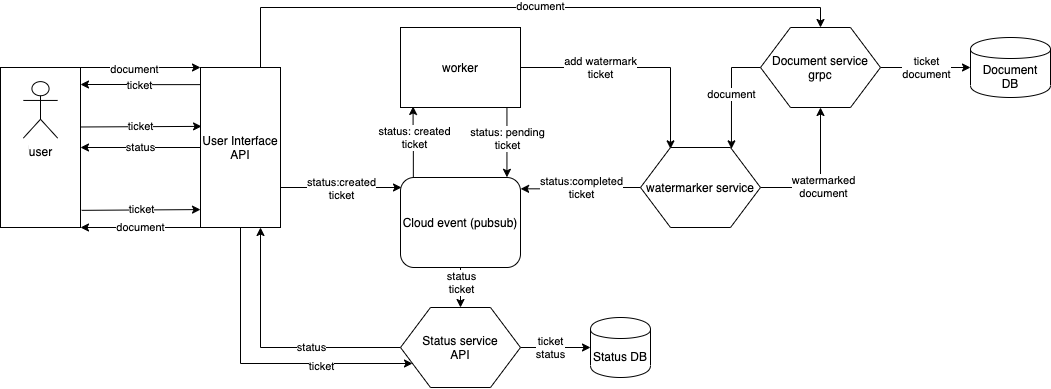
Above: assets/archv2.0.png in moonblade/Microservice-Assessment (draw.io), before the change. Source tidied: cells renumbered, new cells last; positions are measured from the earlier drawing's top-left corner, leaving out a move shared by most shapes.
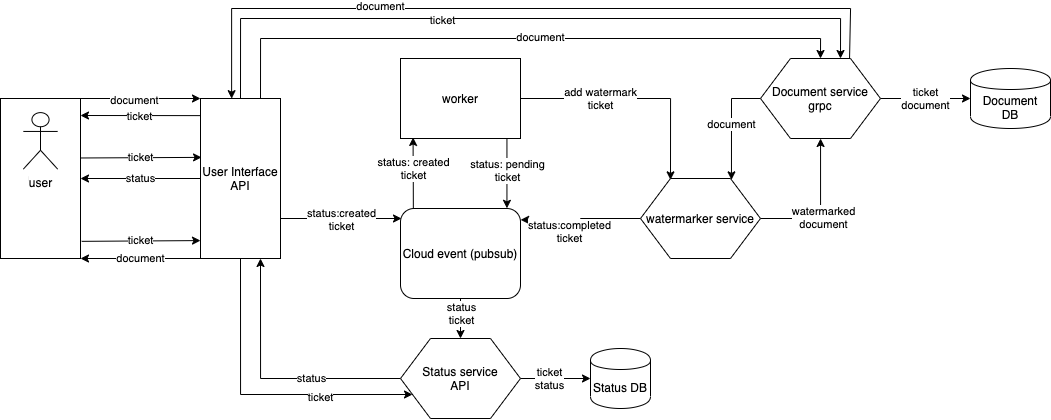
Later version of the same file.

The edit, as a diff of the source:
```diff
@@ -54,6 +54,18 @@
     <mxCell id="15" value="document" style="edgeStyle=orthogonalEdgeStyle;rounded=0;jettySize=auto;html=1;exitX=0;exitY=0.5;exitDx=0;exitDy=0;entryX=0.758;entryY=0.017;entryDx=0;entryDy=0;entryPerimeter=0;" parent="1" edge="1" source="16" target="31">
       <mxGeometry relative="1" as="geometry" />
     </mxCell>
+    <mxCell id="43" style="edgeStyle=orthogonalEdgeStyle;rounded=0;jettySize=auto;html=1;exitX=0.742;exitY=0.005;exitDx=0;exitDy=0;entryX=0.389;entryY=0.001;entryDx=0;entryDy=0;startArrow=none;startFill=0;exitPerimeter=0;entryPerimeter=0;" parent="1" edge="1" source="16" target="36">
+      <mxGeometry relative="1" as="geometry">
+        <Array as="points">
+          <mxPoint x="850" />
+          <mxPoint x="850" y="-50" />
+          <mxPoint x="231" y="-50" />
+        </Array>
+      </mxGeometry>
+    </mxCell>
+    <mxCell id="44" value="document" style="edgeLabel;html=1;align=center;verticalAlign=middle;" parent="43" vertex="1">
+      <mxGeometry x="0.37" y="-3" relative="1" as="geometry" />
+    </mxCell>
     <mxCell id="16" value="Document service&lt;br&gt;grpc" style="shape=hexagon;perimeter=hexagonPerimeter2;whiteSpace=wrap;html=1;" parent="1" vertex="1">
       <mxGeometry x="760" width="120" height="80" as="geometry" />
     </mxCell>
@@ -124,6 +136,18 @@
         <mxPoint x="10" y="-2" as="offset" />
       </mxGeometry>
     </mxCell>
+    <mxCell id="45" style="edgeStyle=orthogonalEdgeStyle;rounded=0;jettySize=auto;html=1;exitX=0.5;exitY=0;exitDx=0;exitDy=0;startArrow=none;startFill=0;" parent="1" edge="1" source="36">
+      <mxGeometry relative="1" as="geometry">
+        <mxPoint x="840" as="targetPoint" />
+        <Array as="points">
+          <mxPoint x="240" y="-40" />
+          <mxPoint x="840" y="-40" />
+        </Array>
+      </mxGeometry>
+    </mxCell>
+    <mxCell id="46" value="ticket" style="edgeLabel;html=1;align=center;verticalAlign=middle;" parent="45" vertex="1">
+      <mxGeometry x="-0.22" y="-1" relative="1" as="geometry" />
+    </mxCell>
     <mxCell id="36" value="User Interface&lt;br&gt;API" style="rounded=0;whiteSpace=wrap;html=1;" parent="1" vertex="1">
       <mxGeometry x="200" y="40" width="80" height="160" as="geometry" />
     </mxCell>
```
